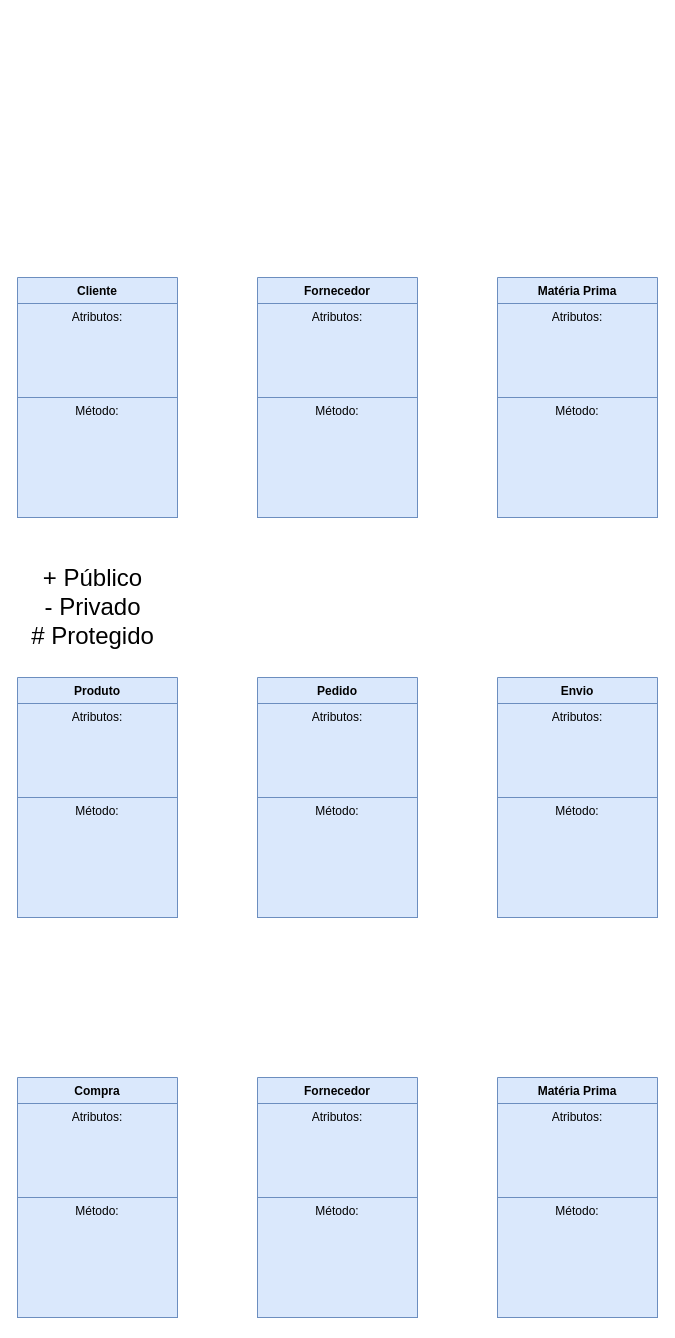
The draw.io diagram Classes.drawio in YasminLinardi/Diagram, before the edit. Source tidied: cells renumbered, new cells numbered last; positions are measured from the earlier drawing's top-left corner, leaving out a move shared by most shapes. Both pictures are drawn from the tidied source at 100%, with x=0, y=0 at pixel (17, 277).
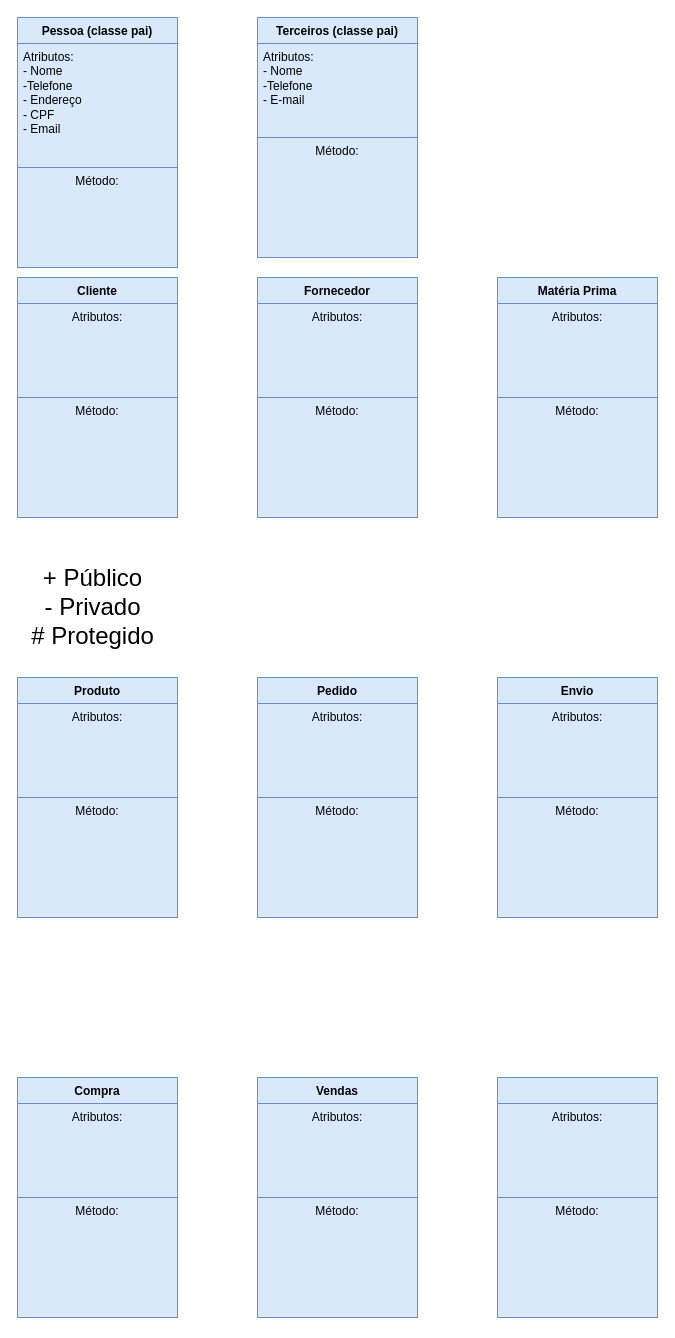
The same page after the edit.

Change to the diagram source:
```diff
@@
-    <mxCell id="30" value="Fornecedor" style="swimlane;fontStyle=1;align=center;verticalAlign=top;horizontal=1;startSize=26;whiteSpace=wrap;html=1;fillColor=#dae8fc;strokeColor=#6c8ebf;" parent="1" vertex="1">
+    <mxCell id="30" value="Vendas" style="swimlane;fontStyle=1;align=center;verticalAlign=top;horizontal=1;startSize=26;whiteSpace=wrap;html=1;fillColor=#dae8fc;strokeColor=#6c8ebf;" parent="1" vertex="1">
       <mxGeometry x="240" y="800" width="160" height="240" as="geometry" />
     </mxCell>
@@
-    <mxCell id="34" value="Matéria Prima" style="swimlane;fontStyle=1;align=center;verticalAlign=top;horizontal=1;startSize=26;whiteSpace=wrap;html=1;fillColor=#dae8fc;strokeColor=#6c8ebf;" parent="1" vertex="1">
+    <mxCell id="34" style="swimlane;fontStyle=1;align=center;verticalAlign=top;horizontal=1;startSize=26;whiteSpace=wrap;html=1;fillColor=#dae8fc;strokeColor=#6c8ebf;" parent="1" vertex="1">
       <mxGeometry x="480" y="800" width="160" height="240" as="geometry" />
     </mxCell>
@@
+    <mxCell id="39" value="Pessoa (classe pai)" style="swimlane;fontStyle=1;align=center;verticalAlign=top;horizontal=1;startSize=26;whiteSpace=wrap;html=1;fillColor=#dae8fc;strokeColor=#6c8ebf;" parent="1" vertex="1">
+      <mxGeometry y="-260" width="160" height="250" as="geometry" />
+    </mxCell>
+    <mxCell id="40" value="Atributos:&lt;div&gt;- Nome&lt;/div&gt;&lt;div&gt;-Telefone&lt;/div&gt;&lt;div&gt;- Endereço&lt;/div&gt;&lt;div&gt;- CPF&lt;/div&gt;&lt;div&gt;- Email&lt;/div&gt;&lt;div&gt;&lt;br&gt;&lt;/div&gt;" style="text;strokeColor=#6c8ebf;fillColor=#dae8fc;align=left;verticalAlign=top;spacingLeft=4;spacingRight=4;overflow=hidden;whiteSpace=wrap;html=1;" parent="39" vertex="1">
+      <mxGeometry y="26" width="160" height="124" as="geometry" />
+    </mxCell>
+    <mxCell id="41" style="line;strokeWidth=1;fillColor=none;align=left;verticalAlign=middle;spacingTop=-1;spacingLeft=3;spacingRight=3;labelPosition=right;strokeColor=inherit;" parent="39" vertex="1">
+      <mxGeometry y="150" width="160" as="geometry" />
+    </mxCell>
+    <mxCell id="42" value="Método:" style="text;strokeColor=#6c8ebf;fillColor=#dae8fc;align=center;verticalAlign=top;spacingLeft=4;spacingRight=4;overflow=hidden;whiteSpace=wrap;html=1;" parent="39" vertex="1">
+      <mxGeometry y="150" width="160" height="100" as="geometry" />
+    </mxCell>
+    <mxCell id="43" value="Terceiros (classe pai)" style="swimlane;fontStyle=1;align=center;verticalAlign=top;horizontal=1;startSize=26;whiteSpace=wrap;html=1;fillColor=#dae8fc;strokeColor=#6c8ebf;" parent="1" vertex="1">
+      <mxGeometry x="240" y="-260" width="160" height="240" as="geometry" />
+    </mxCell>
+    <mxCell id="44" value="Atributos:&lt;div&gt;- Nome&lt;/div&gt;&lt;div&gt;-Telefone&lt;/div&gt;&lt;div&gt;- E-mail&lt;/div&gt;" style="text;strokeColor=#6c8ebf;fillColor=#dae8fc;align=left;verticalAlign=top;spacingLeft=4;spacingRight=4;overflow=hidden;whiteSpace=wrap;html=1;" parent="43" vertex="1">
+      <mxGeometry y="26" width="160" height="94" as="geometry" />
+    </mxCell>
+    <mxCell id="45" style="line;strokeWidth=1;fillColor=none;align=left;verticalAlign=middle;spacingTop=-1;spacingLeft=3;spacingRight=3;labelPosition=right;strokeColor=inherit;" parent="43" vertex="1">
+      <mxGeometry y="120" width="160" as="geometry" />
+    </mxCell>
+    <mxCell id="46" value="Método:" style="text;strokeColor=#6c8ebf;fillColor=#dae8fc;align=center;verticalAlign=top;spacingLeft=4;spacingRight=4;overflow=hidden;whiteSpace=wrap;html=1;" parent="43" vertex="1">
+      <mxGeometry y="120" width="160" height="120" as="geometry" />
+    </mxCell>
```
